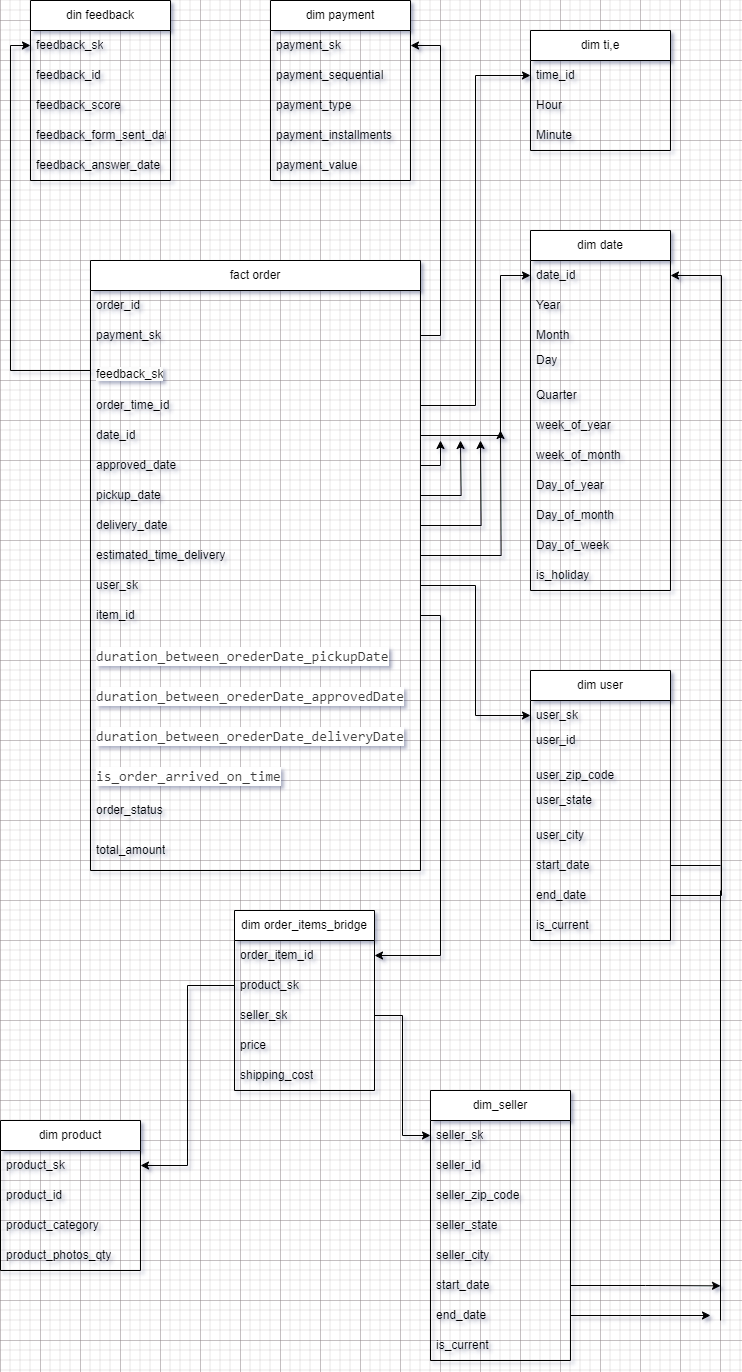
The draw.io diagram retail_data_project_OLAP.drawio.png in Esayed4/DWH-project-retail_data_project, before a commit. Source tidied: cells renumbered, new cells last; positions are measured from the earlier drawing's top-left corner, leaving out a move shared by most shapes.
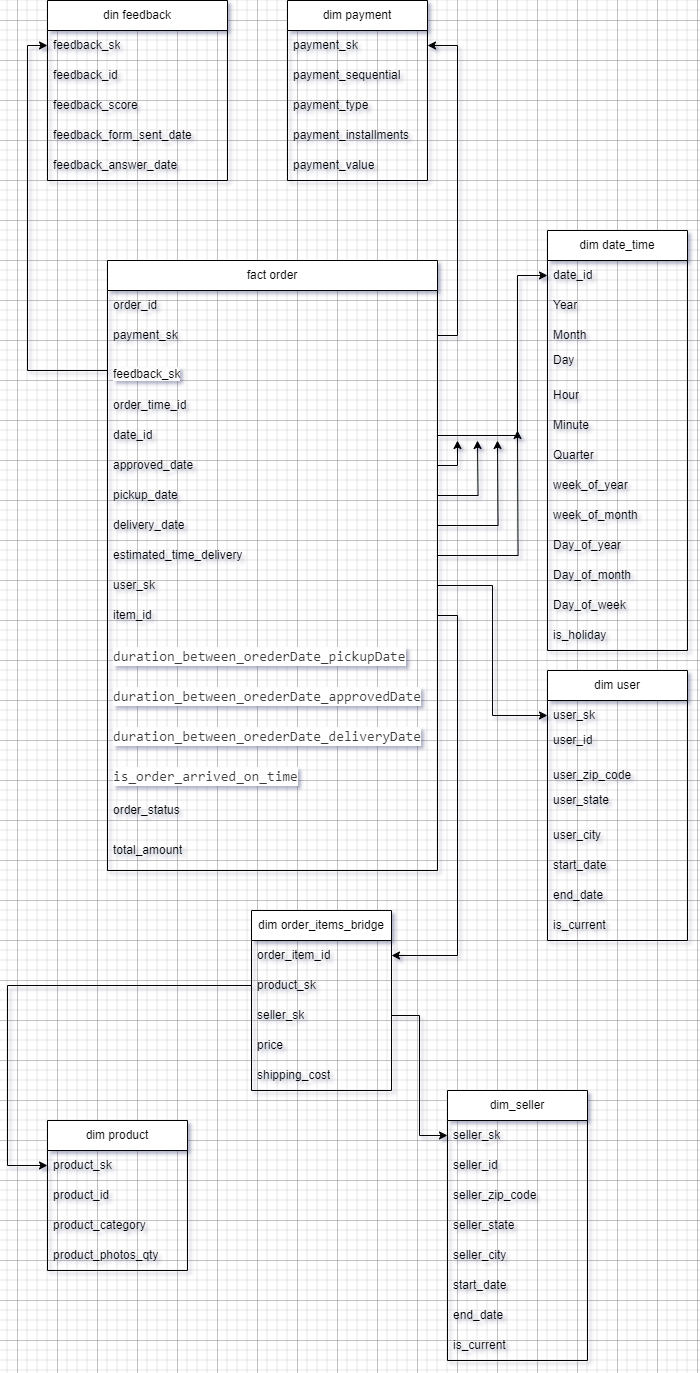
Above is the later version.

Diff of the diagram source:
```diff
@@ -2,8 +2,8 @@
   <root>
     <mxCell id="0" />
     <mxCell id="1" parent="0" />
-    <mxCell id="2" value="dim date" style="swimlane;fontStyle=0;horizontal=1;startSize=30;whiteSpace=wrap;html=1;" parent="1" vertex="1">
-      <mxGeometry x="530" y="230" width="140" height="360" as="geometry" />
+    <mxCell id="2" value="dim date_time" style="swimlane;fontStyle=0;horizontal=1;startSize=30;whiteSpace=wrap;html=1;" parent="1" vertex="1">
+      <mxGeometry x="530" y="230" width="140" height="420" as="geometry" />
     </mxCell>
     <mxCell id="3" value="date_id" style="text;strokeColor=none;fillColor=none;align=left;verticalAlign=middle;spacingLeft=4;spacingRight=4;overflow=hidden;points=[[0,0.5],[1,0.5]];portConstraint=eastwest;whiteSpace=wrap;html=1;" parent="2" vertex="1">
       <mxGeometry y="30" width="140" height="30" as="geometry" />
@@ -17,26 +17,32 @@
     <mxCell id="6" value="Day&lt;div&gt;&lt;br&gt;&lt;/div&gt;" style="text;strokeColor=none;fillColor=none;align=left;verticalAlign=middle;spacingLeft=4;spacingRight=4;overflow=hidden;whiteSpace=wrap;html=1;" parent="2" vertex="1">
       <mxGeometry y="120" width="140" height="30" as="geometry" />
     </mxCell>
+    <mxCell id="61" value="Hour" style="text;strokeColor=none;fillColor=none;align=left;verticalAlign=middle;spacingLeft=4;spacingRight=4;overflow=hidden;whiteSpace=wrap;html=1;" parent="2" vertex="1">
+      <mxGeometry y="150" width="140" height="30" as="geometry" />
+    </mxCell>
+    <mxCell id="62" value="Minute" style="text;strokeColor=none;fillColor=none;align=left;verticalAlign=middle;spacingLeft=4;spacingRight=4;overflow=hidden;whiteSpace=wrap;html=1;" parent="2" vertex="1">
+      <mxGeometry y="180" width="140" height="30" as="geometry" />
+    </mxCell>
     <mxCell id="7" value="Quarter" style="text;strokeColor=none;fillColor=none;align=left;verticalAlign=middle;spacingLeft=4;spacingRight=4;overflow=hidden;whiteSpace=wrap;html=1;" parent="2" vertex="1">
-      <mxGeometry y="150" width="140" height="30" as="geometry" />
+      <mxGeometry y="210" width="140" height="30" as="geometry" />
     </mxCell>
     <mxCell id="8" value="week_of_year" style="text;strokeColor=none;fillColor=none;align=left;verticalAlign=middle;spacingLeft=4;spacingRight=4;overflow=hidden;whiteSpace=wrap;html=1;" parent="2" vertex="1">
-      <mxGeometry y="180" width="140" height="30" as="geometry" />
+      <mxGeometry y="240" width="140" height="30" as="geometry" />
     </mxCell>
     <mxCell id="9" value="week_of_month" style="text;strokeColor=none;fillColor=none;align=left;verticalAlign=middle;spacingLeft=4;spacingRight=4;overflow=hidden;whiteSpace=wrap;html=1;" parent="2" vertex="1">
-      <mxGeometry y="210" width="140" height="30" as="geometry" />
+      <mxGeometry y="270" width="140" height="30" as="geometry" />
     </mxCell>
     <mxCell id="10" value="Day_of_year" style="text;strokeColor=none;fillColor=none;align=left;verticalAlign=middle;spacingLeft=4;spacingRight=4;overflow=hidden;whiteSpace=wrap;html=1;" parent="2" vertex="1">
-      <mxGeometry y="240" width="140" height="30" as="geometry" />
+      <mxGeometry y="300" width="140" height="30" as="geometry" />
     </mxCell>
     <mxCell id="11" value="Day_of_month" style="text;strokeColor=none;fillColor=none;align=left;verticalAlign=middle;spacingLeft=4;spacingRight=4;overflow=hidden;whiteSpace=wrap;html=1;" parent="2" vertex="1">
-      <mxGeometry y="270" width="140" height="30" as="geometry" />
+      <mxGeometry y="330" width="140" height="30" as="geometry" />
     </mxCell>
     <mxCell id="12" value="Day_of_week" style="text;strokeColor=none;fillColor=none;align=left;verticalAlign=middle;spacingLeft=4;spacingRight=4;overflow=hidden;whiteSpace=wrap;html=1;" parent="2" vertex="1">
-      <mxGeometry y="300" width="140" height="30" as="geometry" />
+      <mxGeometry y="360" width="140" height="30" as="geometry" />
     </mxCell>
     <mxCell id="13" value="is_holiday" style="text;strokeColor=none;fillColor=none;align=left;verticalAlign=middle;spacingLeft=4;spacingRight=4;overflow=hidden;whiteSpace=wrap;html=1;" parent="2" vertex="1">
-      <mxGeometry y="330" width="140" height="30" as="geometry" />
+      <mxGeometry y="390" width="140" height="30" as="geometry" />
     </mxCell>
     <mxCell id="14" value="dim payment" style="swimlane;fontStyle=0;horizontal=1;startSize=30;whiteSpace=wrap;html=1;" parent="1" vertex="1">
       <mxGeometry x="270" width="140" height="180" as="geometry" />
@@ -160,44 +166,24 @@
     <mxCell id="51" value="total_amount" style="text;strokeColor=none;fillColor=none;align=left;verticalAlign=middle;spacingLeft=4;spacingRight=4;overflow=hidden;whiteSpace=wrap;html=1;" parent="30" vertex="1">
       <mxGeometry y="570" width="330" height="40" as="geometry" />
     </mxCell>
-    <mxCell id="52" style="edgeStyle=orthogonalEdgeStyle;rounded=0;jettySize=auto;html=1;exitX=1;exitY=0.5;exitDx=0;exitDy=0;" parent="1" edge="1" source="28" target="3">
-      <mxGeometry relative="1" as="geometry">
-        <Array as="points">
-          <mxPoint x="721" y="895" />
-          <mxPoint x="721" y="275" />
-        </Array>
-      </mxGeometry>
-    </mxCell>
     <mxCell id="53" value="din feedback" style="swimlane;fontStyle=0;horizontal=1;startSize=30;whiteSpace=wrap;html=1;" parent="1" vertex="1">
-      <mxGeometry x="30" width="140" height="180" as="geometry" />
+      <mxGeometry x="30" width="180" height="180" as="geometry" />
     </mxCell>
     <mxCell id="54" value="feedback_sk" style="text;strokeColor=none;fillColor=none;align=left;verticalAlign=middle;spacingLeft=4;spacingRight=4;overflow=hidden;points=[[0,0.5],[1,0.5]];portConstraint=eastwest;whiteSpace=wrap;html=1;" parent="53" vertex="1">
-      <mxGeometry y="30" width="140" height="30" as="geometry" />
+      <mxGeometry y="30" width="180" height="30" as="geometry" />
     </mxCell>
     <mxCell id="55" value="feedback_id" style="text;strokeColor=none;fillColor=none;align=left;verticalAlign=middle;spacingLeft=4;spacingRight=4;overflow=hidden;whiteSpace=wrap;html=1;" parent="53" vertex="1">
-      <mxGeometry y="60" width="140" height="30" as="geometry" />
+      <mxGeometry y="60" width="180" height="30" as="geometry" />
     </mxCell>
     <mxCell id="56" value="feedback_score" style="text;strokeColor=none;fillColor=none;align=left;verticalAlign=middle;spacingLeft=4;spacingRight=4;overflow=hidden;whiteSpace=wrap;html=1;" parent="53" vertex="1">
-      <mxGeometry y="90" width="140" height="30" as="geometry" />
+      <mxGeometry y="90" width="180" height="30" as="geometry" />
     </mxCell>
     <mxCell id="57" value="feedback_form_sent_date" style="text;strokeColor=none;fillColor=none;align=left;verticalAlign=middle;spacingLeft=4;spacingRight=4;overflow=hidden;whiteSpace=wrap;html=1;" parent="53" vertex="1">
-      <mxGeometry y="120" width="140" height="30" as="geometry" />
+      <mxGeometry y="120" width="180" height="30" as="geometry" />
     </mxCell>
     <mxCell id="58" value="feedback_answer_date" style="text;strokeColor=none;fillColor=none;align=left;verticalAlign=middle;spacingLeft=4;spacingRight=4;overflow=hidden;whiteSpace=wrap;html=1;" parent="53" vertex="1">
-      <mxGeometry y="150" width="140" height="30" as="geometry" />
+      <mxGeometry y="150" width="180" height="30" as="geometry" />
     </mxCell>
-    <mxCell id="59" value="dim ti,e" style="swimlane;fontStyle=0;horizontal=1;startSize=30;whiteSpace=wrap;html=1;" parent="1" vertex="1">
-      <mxGeometry x="530" y="30" width="140" height="120" as="geometry" />
-    </mxCell>
-    <mxCell id="60" value="time_id" style="text;strokeColor=none;fillColor=none;align=left;verticalAlign=middle;spacingLeft=4;spacingRight=4;overflow=hidden;points=[[0,0.5],[1,0.5]];portConstraint=eastwest;whiteSpace=wrap;html=1;" parent="59" vertex="1">
-      <mxGeometry y="30" width="140" height="30" as="geometry" />
-    </mxCell>
-    <mxCell id="61" value="Hour" style="text;strokeColor=none;fillColor=none;align=left;verticalAlign=middle;spacingLeft=4;spacingRight=4;overflow=hidden;whiteSpace=wrap;html=1;" parent="59" vertex="1">
-      <mxGeometry y="60" width="140" height="30" as="geometry" />
-    </mxCell>
-    <mxCell id="62" value="Minute" style="text;strokeColor=none;fillColor=none;align=left;verticalAlign=middle;spacingLeft=4;spacingRight=4;overflow=hidden;whiteSpace=wrap;html=1;" parent="59" vertex="1">
-      <mxGeometry y="90" width="140" height="30" as="geometry" />
-    </mxCell>
     <mxCell id="63" value="dim order_items_bridge" style="swimlane;fontStyle=0;horizontal=1;startSize=30;whiteSpace=wrap;html=1;" parent="1" vertex="1">
       <mxGeometry x="234" y="910" width="140" height="180" as="geometry" />
     </mxCell>
@@ -217,7 +203,7 @@
       <mxGeometry y="150" width="140" height="30" as="geometry" />
     </mxCell>
     <mxCell id="69" value="dim product" style="swimlane;fontStyle=0;horizontal=1;startSize=30;whiteSpace=wrap;html=1;" parent="1" vertex="1">
-      <mxGeometry y="1120" width="140" height="150" as="geometry" />
+      <mxGeometry x="30" y="1120" width="140" height="150" as="geometry" />
     </mxCell>
     <mxCell id="70" value="product_sk" style="text;strokeColor=none;fillColor=none;align=left;verticalAlign=middle;spacingLeft=4;spacingRight=4;overflow=hidden;points=[[0,0.5],[1,0.5]];portConstraint=eastwest;whiteSpace=wrap;html=1;" parent="69" vertex="1">
       <mxGeometry y="30" width="140" height="30" as="geometry" />
@@ -252,39 +238,15 @@
     <mxCell id="80" value="seller_city" style="text;strokeColor=none;fillColor=none;align=left;verticalAlign=middle;spacingLeft=4;spacingRight=4;overflow=hidden;whiteSpace=wrap;html=1;" parent="74" vertex="1">
       <mxGeometry y="150" width="140" height="30" as="geometry" />
     </mxCell>
-    <mxCell id="81" style="edgeStyle=orthogonalEdgeStyle;rounded=0;jettySize=auto;html=1;exitX=1;exitY=0.5;exitDx=0;exitDy=0;" parent="74" edge="1" source="82">
-      <mxGeometry relative="1" as="geometry">
-        <mxPoint x="290" y="195.3" as="targetPoint" />
-      </mxGeometry>
-    </mxCell>
     <mxCell id="82" value="start_date" style="text;strokeColor=none;fillColor=none;align=left;verticalAlign=middle;spacingLeft=4;spacingRight=4;overflow=hidden;points=[[0,0.5],[1,0.5]];portConstraint=eastwest;whiteSpace=wrap;html=1;" parent="74" vertex="1">
       <mxGeometry y="180" width="140" height="30" as="geometry" />
     </mxCell>
-    <mxCell id="83" style="edgeStyle=orthogonalEdgeStyle;rounded=0;jettySize=auto;html=1;exitX=1;exitY=0.5;exitDx=0;exitDy=0;" parent="74" edge="1" source="84">
-      <mxGeometry relative="1" as="geometry">
-        <mxPoint x="280" y="225" as="targetPoint" />
-      </mxGeometry>
-    </mxCell>
     <mxCell id="84" value="end_date" style="text;strokeColor=none;fillColor=none;align=left;verticalAlign=middle;spacingLeft=4;spacingRight=4;overflow=hidden;points=[[0,0.5],[1,0.5]];portConstraint=eastwest;whiteSpace=wrap;html=1;" parent="74" vertex="1">
       <mxGeometry y="210" width="140" height="30" as="geometry" />
     </mxCell>
     <mxCell id="85" value="is_current" style="text;strokeColor=none;fillColor=none;align=left;verticalAlign=middle;spacingLeft=4;spacingRight=4;overflow=hidden;whiteSpace=wrap;html=1;" parent="74" vertex="1">
       <mxGeometry y="240" width="140" height="30" as="geometry" />
     </mxCell>
-    <mxCell id="86" style="endArrow=none;html=1;rounded=0;" parent="1" edge="1">
-      <mxGeometry relative="1" as="geometry">
-        <mxPoint x="720" y="1320" as="sourcePoint" />
-        <mxPoint x="720" y="890" as="targetPoint" />
-      </mxGeometry>
-    </mxCell>
-    <mxCell id="87" style="endArrow=none;html=1;rounded=0;entryX=1;entryY=0.5;entryDx=0;entryDy=0;" parent="1" edge="1" target="27">
-      <mxGeometry relative="1" as="geometry">
-        <mxPoint x="720" y="865" as="sourcePoint" />
-      </mxGeometry>
-    </mxCell>
-    <mxCell id="88" style="edgeStyle=orthogonalEdgeStyle;rounded=0;jettySize=auto;html=1;exitX=0;exitY=0.5;exitDx=0;exitDy=0;entryX=1;entryY=0.5;entryDx=0;entryDy=0;" parent="1" edge="1" source="65" target="70">
-      <mxGeometry relative="1" as="geometry" />
-    </mxCell>
     <mxCell id="89" style="edgeStyle=orthogonalEdgeStyle;rounded=0;jettySize=auto;html=1;exitX=1;exitY=0.5;exitDx=0;exitDy=0;entryX=0;entryY=0.5;entryDx=0;entryDy=0;" parent="1" edge="1" source="66" target="76">
       <mxGeometry relative="1" as="geometry" />
     </mxCell>
@@ -294,9 +256,6 @@
     <mxCell id="91" style="edgeStyle=orthogonalEdgeStyle;rounded=0;jettySize=auto;html=1;exitX=0;exitY=0.5;exitDx=0;exitDy=0;entryX=0;entryY=0.5;entryDx=0;entryDy=0;" parent="1" edge="1" source="33" target="54">
       <mxGeometry relative="1" as="geometry" />
     </mxCell>
-    <mxCell id="92" style="edgeStyle=orthogonalEdgeStyle;rounded=0;jettySize=auto;html=1;exitX=1;exitY=0.5;exitDx=0;exitDy=0;entryX=0;entryY=0.5;entryDx=0;entryDy=0;" parent="1" edge="1" source="34" target="60">
-      <mxGeometry relative="1" as="geometry" />
-    </mxCell>
     <mxCell id="93" style="edgeStyle=orthogonalEdgeStyle;rounded=0;jettySize=auto;html=1;exitX=1;exitY=0.5;exitDx=0;exitDy=0;entryX=0;entryY=0.5;entryDx=0;entryDy=0;" parent="1" edge="1" source="35" target="3">
       <mxGeometry relative="1" as="geometry">
         <Array as="points">
@@ -311,5 +270,13 @@
     <mxCell id="95" style="edgeStyle=orthogonalEdgeStyle;rounded=0;jettySize=auto;html=1;exitX=1;exitY=0.5;exitDx=0;exitDy=0;entryX=1;entryY=0.5;entryDx=0;entryDy=0;" parent="1" edge="1" source="45" target="64">
       <mxGeometry relative="1" as="geometry" />
     </mxCell>
+    <mxCell id="88" style="edgeStyle=orthogonalEdgeStyle;rounded=0;jettySize=auto;html=1;exitX=0;exitY=0.5;exitDx=0;exitDy=0;entryX=0;entryY=0.5;entryDx=0;entryDy=0;" parent="1" edge="1" source="65" target="70">
+      <mxGeometry relative="1" as="geometry">
+        <Array as="points">
+          <mxPoint x="-10" y="985" />
+          <mxPoint x="-10" y="1165" />
+        </Array>
+      </mxGeometry>
+    </mxCell>
   </root>
 </mxGraphModel>
```
